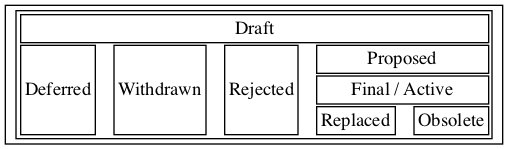
This is bip-0002/process.png from bitcoin/bips, a Graphviz export, as it was before one commit. Its source is kept beside it as bip-0002/process.gv.
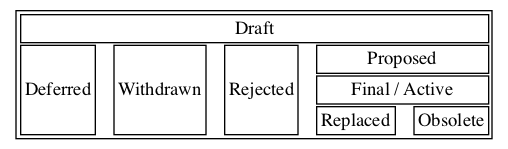
Above is the later version.

Commit message:
Remove superflous box

What changed in the source:
```diff
@@ -2,7 +2,7 @@
 graph {
   bgcolor = transparent;
 
-  Single [style = filled, fillcolor = white, shape = box,
+  Single [style = filled, fillcolor = white, shape = none,
     label = <
       <table>
         <tr>
```
